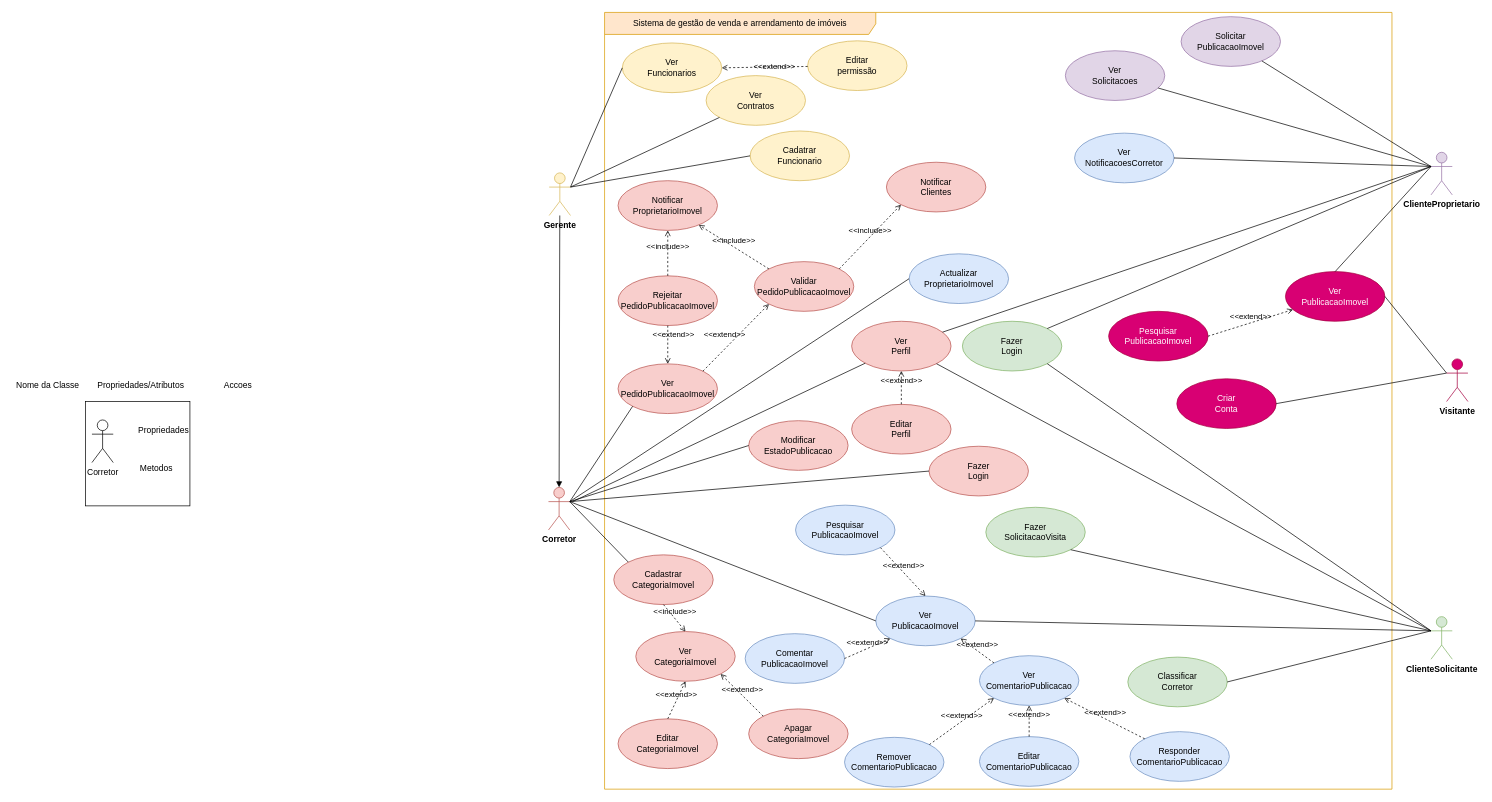
CedrickMansoni/App-Imobiliaria-Diagramas keeps this draw.io diagram as DiagramaDeCasoDeUso.drawio. Above is the earlier version. Source tidied: cells renumbered, new cells numbered last; positions are measured from the earlier drawing's top-left corner, leaving out a move shared by most shapes. Both pictures are drawn from the tidied source at 71%, with x=0, y=0 at pixel (12, 12).
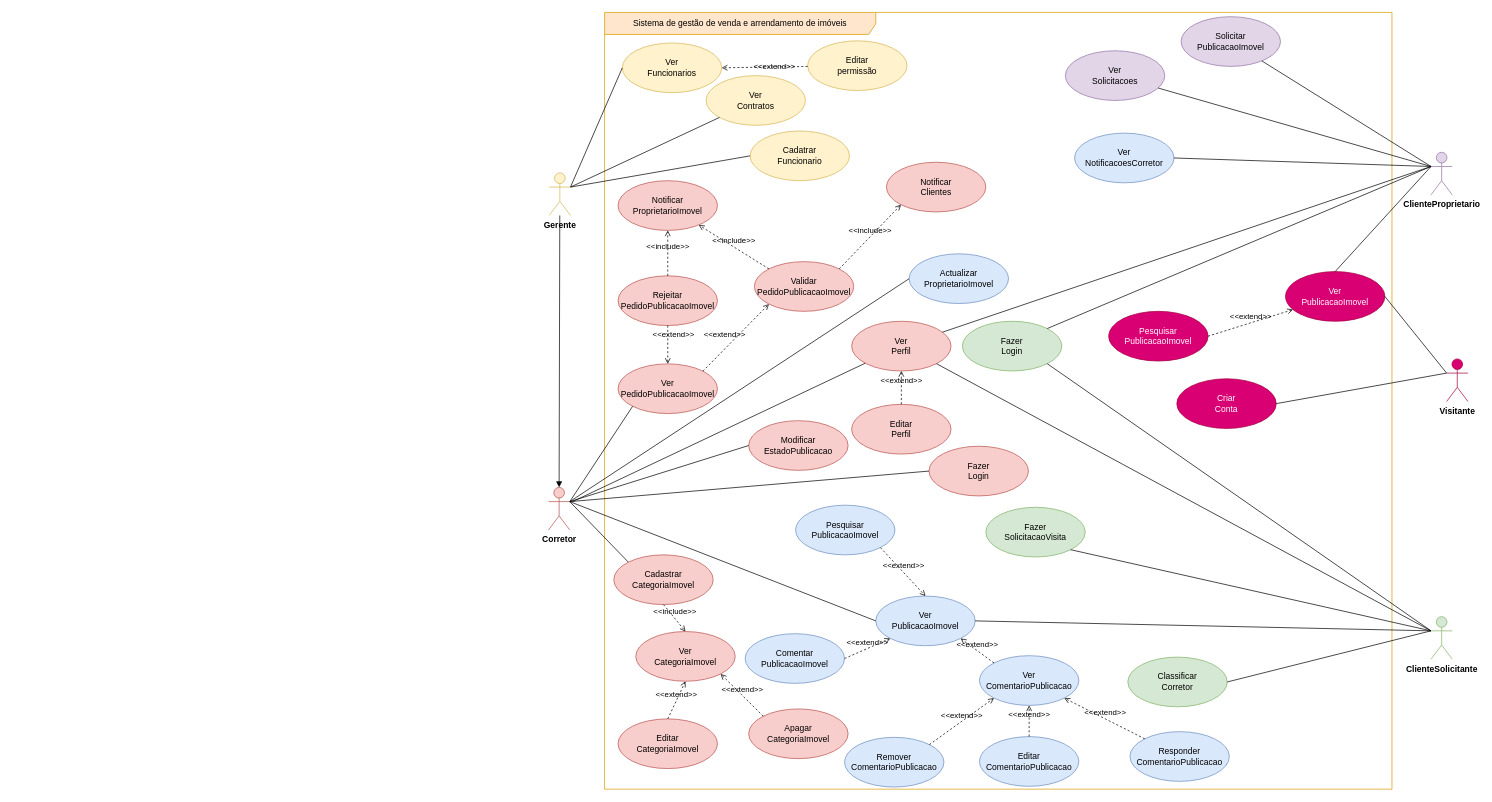
The same page after the edit.

Diff of the diagram source:
```diff
@@
-    <mxCell id="2" style="whiteSpace=wrap;html=1;" parent="1" vertex="1">
-      <mxGeometry x="103" y="548" width="147" height="147" as="geometry" />
-    </mxCell>
@@
-    <mxCell id="84" value="Corretor" style="shape=umlActor;verticalLabelPosition=bottom;verticalAlign=top;html=1;" parent="1" vertex="1">
-      <mxGeometry x="112" y="574" width="30" height="60" as="geometry" />
-    </mxCell>
-    <mxCell id="85" value="Propriedades" style="text;html=1;align=center;verticalAlign=middle;whiteSpace=wrap;rounded=0;" parent="1" vertex="1">
-      <mxGeometry x="183" y="574" width="60" height="30" as="geometry" />
-    </mxCell>
-    <mxCell id="86" value="Metodos" style="text;html=1;align=center;verticalAlign=middle;whiteSpace=wrap;rounded=0;" parent="1" vertex="1">
-      <mxGeometry x="173" y="627" width="60" height="30" as="geometry" />
-    </mxCell>
-    <mxCell id="87" value="Nome da Classe" style="text;html=1;align=center;verticalAlign=middle;whiteSpace=wrap;rounded=0;" parent="1" vertex="1">
-      <mxGeometry y="510" width="100" height="30" as="geometry" />
-    </mxCell>
-    <mxCell id="88" value="Propriedades/Atributos" style="text;html=1;align=center;verticalAlign=middle;whiteSpace=wrap;rounded=0;" parent="1" vertex="1">
-      <mxGeometry x="151" y="510" width="60" height="30" as="geometry" />
-    </mxCell>
-    <mxCell id="89" value="Accoes" style="text;html=1;align=center;verticalAlign=middle;whiteSpace=wrap;rounded=0;" parent="1" vertex="1">
-      <mxGeometry x="288" y="510" width="60" height="30" as="geometry" />
-    </mxCell>
```
